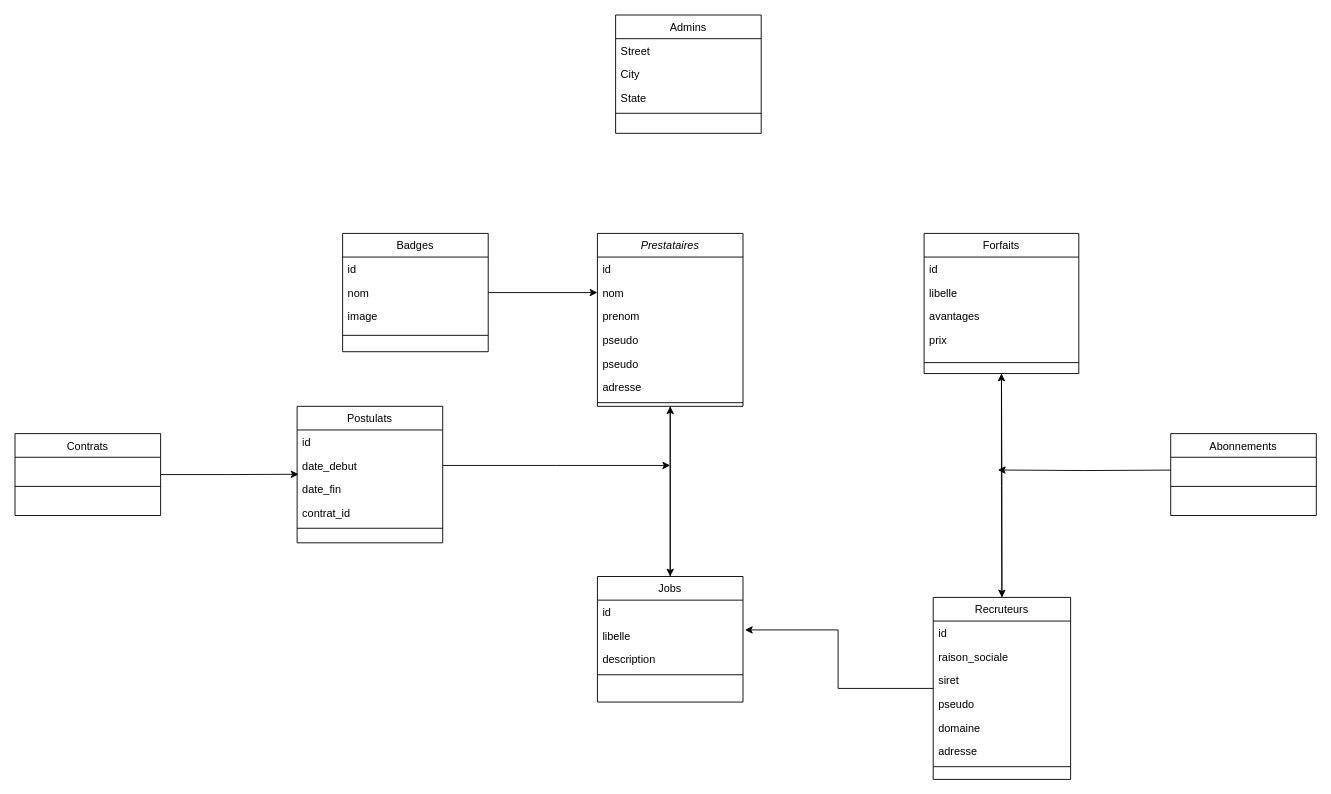
This is Diagramme de classes JobIZ.drawio from donne12/cac40-data-insight, a draw.io file, before an edit. Source tidied: cells renumbered, new cells numbered last; positions are measured from the earlier drawing's top-left corner, leaving out a move shared by most shapes. Both pictures are drawn from the tidied source at 91%, with x=0, y=0 at pixel (15, 15).
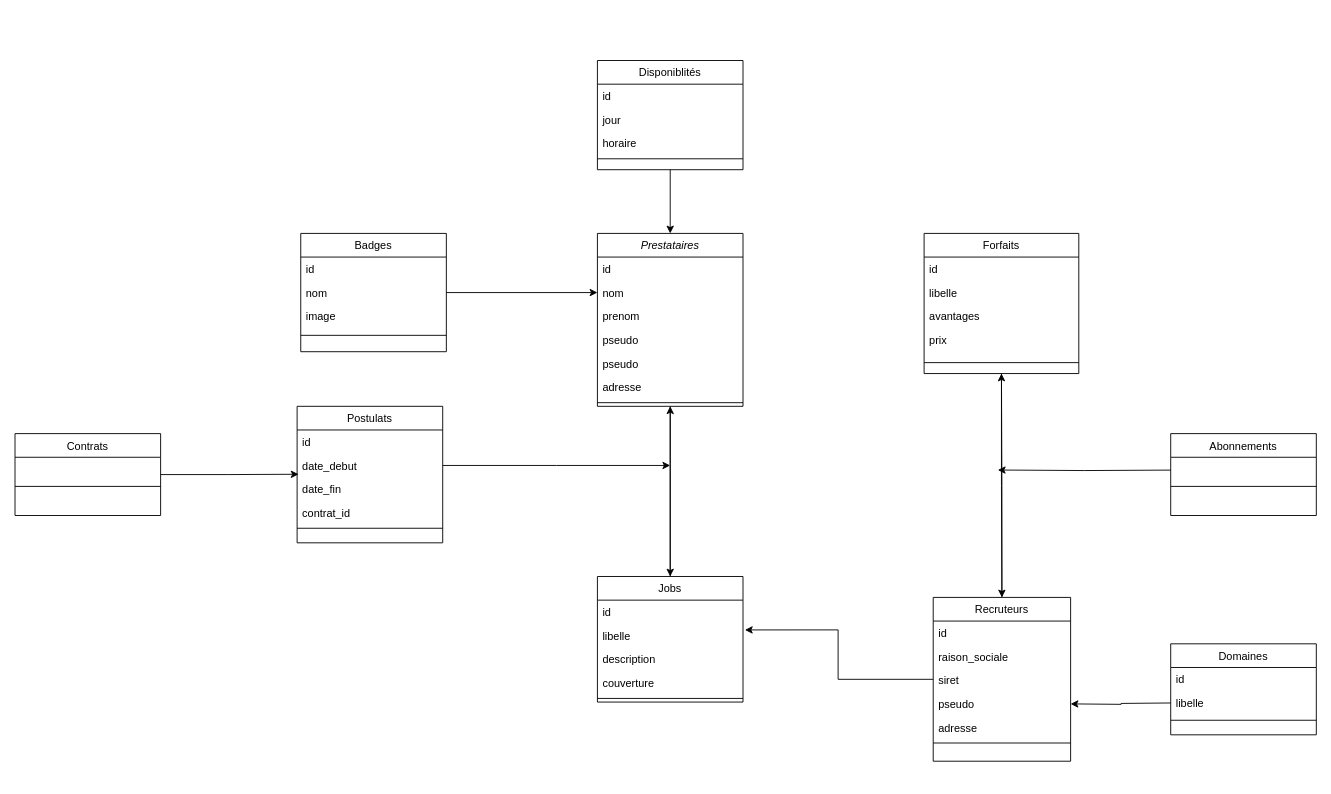
Above is the later version.

The change refers to these unchanged cells:
```xml
<mxCell id="3" value="Prestataires" style="swimlane;fontStyle=2;align=center;verticalAlign=top;horizontal=1;startSize=26;rounded=0;shadow=0;strokeWidth=1;" parent="1" vertex="1">
  <mxGeometry x="640" y="240" width="160" height="190" as="geometry" />
</mxCell>
<mxCell id="12" value="Jobs" style="swimlane;fontStyle=0;align=center;verticalAlign=top;horizontal=1;startSize=26;rounded=0;shadow=0;strokeWidth=1;" parent="1" vertex="1">
  <mxGeometry x="640" y="617" width="160" height="138" as="geometry" />
</mxCell>
```

The edit, as a diff of the source:
```diff
@@
+    <mxCell id="58" value="couverture" style="text;align=left;verticalAlign=top;spacingLeft=4;spacingRight=4;overflow=hidden;rounded=0;shadow=0;html=0;" parent="12" vertex="1">
+      <mxGeometry y="104" width="160" height="26" as="geometry" />
+    </mxCell>
     <mxCell id="16" style="line;html=1;strokeWidth=1;align=left;verticalAlign=middle;spacingTop=-1;spacingLeft=3;spacingRight=3;labelPosition=right;" parent="12" vertex="1">
-      <mxGeometry y="104" width="160" height="8" as="geometry" />
+      <mxGeometry y="130" width="160" height="8" as="geometry" />
     </mxCell>
@@
     <mxCell id="18" value="Recruteurs" style="swimlane;fontStyle=0;align=center;verticalAlign=top;horizontal=1;startSize=26;rounded=0;shadow=0;strokeWidth=1;" parent="1" vertex="1">
-      <mxGeometry x="1009" y="640" width="151" height="200" as="geometry" />
+      <mxGeometry x="1009" y="640" width="151" height="180" as="geometry" />
     </mxCell>
@@
-    <mxCell id="23" value="domaine" style="text;align=left;verticalAlign=top;spacingLeft=4;spacingRight=4;overflow=hidden;" parent="18" vertex="1">
-      <mxGeometry y="130" width="151" height="26" as="geometry" />
-    </mxCell>
     <mxCell id="24" value="adresse" style="text;align=left;verticalAlign=top;spacingLeft=4;spacingRight=4;overflow=hidden;" parent="18" vertex="1">
-      <mxGeometry y="156" width="151" height="26" as="geometry" />
+      <mxGeometry y="130" width="151" height="26" as="geometry" />
     </mxCell>
     <mxCell id="25" style="line;html=1;strokeWidth=1;align=left;verticalAlign=middle;spacingTop=-1;spacingLeft=3;spacingRight=3;labelPosition=right;" parent="18" vertex="1">
-      <mxGeometry y="182" width="151" height="8" as="geometry" />
+      <mxGeometry y="156" width="151" height="8" as="geometry" />
     </mxCell>
+    <mxCell id="59" style="edgeStyle=orthogonalEdgeStyle;rounded=0;jettySize=auto;html=1;entryX=0.5;entryY=0;entryDx=0;entryDy=0;" parent="1" edge="1" source="26" target="3">
+      <mxGeometry relative="1" as="geometry" />
+    </mxCell>
-    <mxCell id="26" value="Admins" style="swimlane;fontStyle=0;align=center;verticalAlign=top;horizontal=1;startSize=26;rounded=0;shadow=0;strokeWidth=1;" parent="1" vertex="1">
-      <mxGeometry x="660" width="160" height="130" as="geometry" />
+    <mxCell id="26" value="Disponiblités" style="swimlane;fontStyle=0;align=center;verticalAlign=top;horizontal=1;startSize=26;rounded=0;shadow=0;strokeWidth=1;" parent="1" vertex="1">
+      <mxGeometry x="640" y="50" width="160" height="120" as="geometry" />
     </mxCell>
-    <mxCell id="27" value="Street" style="text;align=left;verticalAlign=top;spacingLeft=4;spacingRight=4;overflow=hidden;" parent="26" vertex="1">
+    <mxCell id="27" value="id" style="text;align=left;verticalAlign=top;spacingLeft=4;spacingRight=4;overflow=hidden;" parent="26" vertex="1">
       <mxGeometry y="26" width="160" height="26" as="geometry" />
     </mxCell>
-    <mxCell id="28" value="City" style="text;align=left;verticalAlign=top;spacingLeft=4;spacingRight=4;overflow=hidden;rounded=0;shadow=0;html=0;" parent="26" vertex="1">
+    <mxCell id="28" value="jour" style="text;align=left;verticalAlign=top;spacingLeft=4;spacingRight=4;overflow=hidden;rounded=0;shadow=0;html=0;" parent="26" vertex="1">
       <mxGeometry y="52" width="160" height="26" as="geometry" />
     </mxCell>
-    <mxCell id="29" value="State" style="text;align=left;verticalAlign=top;spacingLeft=4;spacingRight=4;overflow=hidden;rounded=0;shadow=0;html=0;" parent="26" vertex="1">
+    <mxCell id="29" value="horaire" style="text;align=left;verticalAlign=top;spacingLeft=4;spacingRight=4;overflow=hidden;rounded=0;shadow=0;html=0;" parent="26" vertex="1">
       <mxGeometry y="78" width="160" height="26" as="geometry" />
     </mxCell>
@@
     <mxCell id="52" value="Badges" style="swimlane;fontStyle=0;align=center;verticalAlign=top;horizontal=1;startSize=26;rounded=0;shadow=0;strokeWidth=1;" parent="1" vertex="1">
-      <mxGeometry x="360" y="240" width="160" height="130" as="geometry" />
+      <mxGeometry x="314" y="240" width="160" height="130" as="geometry" />
     </mxCell>
@@
+    <mxCell id="60" value="Domaines" style="swimlane;fontStyle=0;align=center;verticalAlign=top;horizontal=1;startSize=26;rounded=0;shadow=0;strokeWidth=1;" parent="1" vertex="1">
+      <mxGeometry x="1270" y="691" width="160" height="100" as="geometry" />
+    </mxCell>
+    <mxCell id="61" value="id" style="text;align=left;verticalAlign=top;spacingLeft=4;spacingRight=4;overflow=hidden;" parent="60" vertex="1">
+      <mxGeometry y="26" width="160" height="26" as="geometry" />
+    </mxCell>
+    <mxCell id="62" value="libelle" style="text;align=left;verticalAlign=top;spacingLeft=4;spacingRight=4;overflow=hidden;" parent="60" vertex="1">
+      <mxGeometry y="52" width="160" height="26" as="geometry" />
+    </mxCell>
+    <mxCell id="63" style="line;html=1;strokeWidth=1;align=left;verticalAlign=middle;spacingTop=-1;spacingLeft=3;spacingRight=3;labelPosition=right;" parent="60" vertex="1">
+      <mxGeometry y="78" width="160" height="12" as="geometry" />
+    </mxCell>
+    <mxCell id="64" style="edgeStyle=orthogonalEdgeStyle;rounded=0;orthogonalLoop=1;jettySize=auto;html=1;entryX=1;entryY=0.5;entryDx=0;entryDy=0;" parent="1" edge="1">
+      <mxGeometry relative="1" as="geometry">
+        <mxPoint x="1270" y="756" as="sourcePoint" />
+        <mxPoint x="1160" y="757" as="targetPoint" />
+      </mxGeometry>
+    </mxCell>
```
